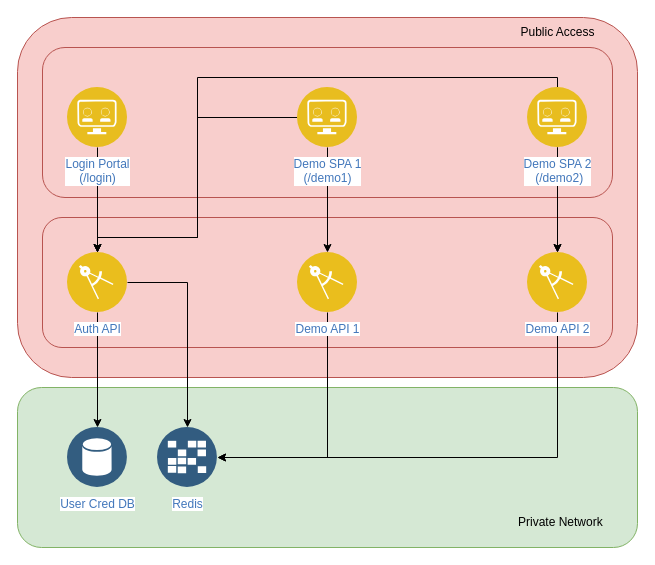
The draw.io diagram docs/diagrams/Architecture.drawio in RyBeau/FederatedIdentityDemo, before the edit. Source tidied: cells renumbered, new cells numbered last; positions are measured from the earlier drawing's top-left corner, leaving out a move shared by most shapes. Both pictures are drawn from the tidied source at 100%, with x=0, y=0 at pixel (17, 17).
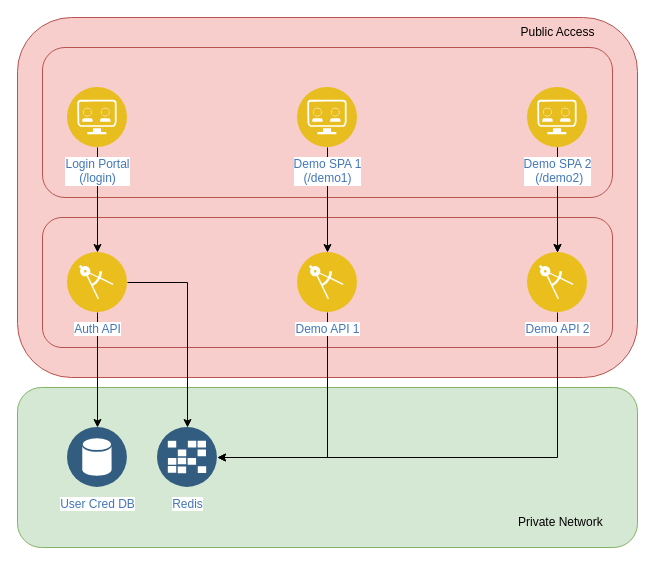
The same page after the edit.

The change refers to these unchanged cells:
```xml
<mxCell id="11" value="Auth API" style="perimeter=ellipsePerimeter;html=1;align=center;shadow=0;dashed=0;fontColor=#4277BB;labelBackgroundColor=#ffffff;fontSize=12;spacingTop=3;image;image=img/lib/ibm/applications/enterprise_applications.svg;" parent="1" vertex="1">
  <mxGeometry x="50" y="235" width="60" height="60" as="geometry" />
</mxCell>
<mxCell id="16" value="Demo SPA 1 &lt;br&gt;(/demo1)" style="perimeter=ellipsePerimeter;html=1;align=center;shadow=0;dashed=0;fontColor=#4277BB;labelBackgroundColor=#ffffff;fontSize=12;spacingTop=3;image;image=img/lib/ibm/applications/api_developer_portal.svg;" parent="1" vertex="1">
  <mxGeometry x="280" y="70" width="60" height="60" as="geometry" />
</mxCell>
<mxCell id="22" value="Demo SPA 2&lt;br&gt;&amp;nbsp;(/demo2)" style="perimeter=ellipsePerimeter;html=1;align=center;shadow=0;dashed=0;fontColor=#4277BB;labelBackgroundColor=#ffffff;fontSize=12;spacingTop=3;image;image=img/lib/ibm/applications/api_developer_portal.svg;" parent="1" vertex="1">
  <mxGeometry x="510" y="70" width="60" height="60" as="geometry" />
</mxCell>
```

Change to the diagram source:
```diff
@@
-    <mxCell id="15" style="edgeStyle=orthogonalEdgeStyle;rounded=0;jettySize=auto;html=1;exitX=0;exitY=0.5;exitDx=0;exitDy=0;entryX=0.5;entryY=0;entryDx=0;entryDy=0;" parent="1" edge="1" source="16" target="11">
-      <mxGeometry relative="1" as="geometry">
-        <Array as="points">
-          <mxPoint x="180" y="100" />
-          <mxPoint x="180" y="220" />
-          <mxPoint x="80" y="220" />
-        </Array>
-      </mxGeometry>
-    </mxCell>
@@
-    <mxCell id="21" style="edgeStyle=orthogonalEdgeStyle;rounded=0;jettySize=auto;html=1;exitX=0.5;exitY=0;exitDx=0;exitDy=0;entryX=0.5;entryY=0;entryDx=0;entryDy=0;strokeColor=default;" parent="1" edge="1" source="22" target="11">
-      <mxGeometry relative="1" as="geometry">
-        <Array as="points">
-          <mxPoint x="540" y="60" />
-          <mxPoint x="180" y="60" />
-          <mxPoint x="180" y="220" />
-          <mxPoint x="80" y="220" />
-        </Array>
-      </mxGeometry>
-    </mxCell>
```
